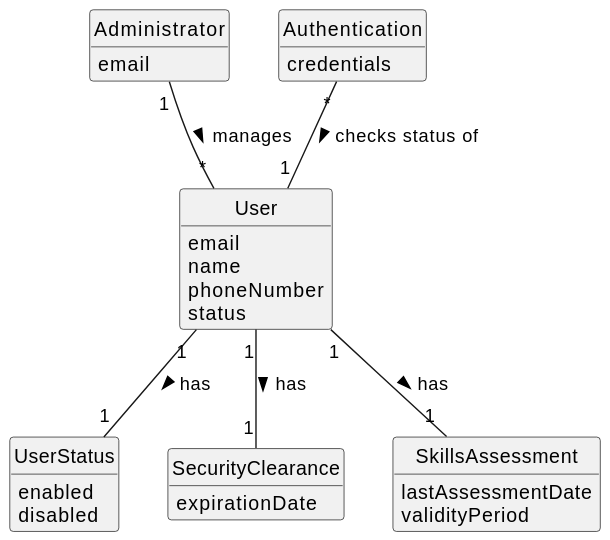
Before: docs/user-stories/02-identity-and-backoffice/US032/02.analysis/svg/US032-DM.svg, a diagram exported from PlantUML (1240537-brunorodrigues/sem4pi-2526-individual-1240537).
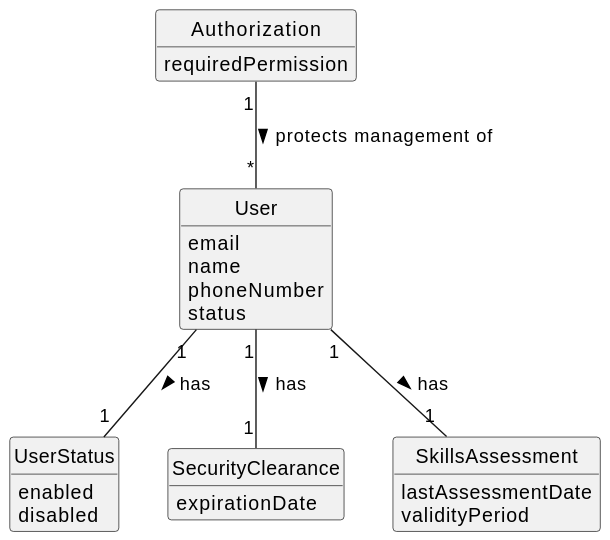
After the commit.

Change to the diagram source:
```diff
@@ -7,10 +7,6 @@
 skinparam packageStyle rectangle
 skinparam shadowing false
 skinparam classAttributeIconSize 0
-
-class Administrator {
-    email
-}
 
 class User {
     email
@@ -33,13 +29,12 @@
     validityPeriod
 }
 
-class Authentication {
-    credentials
+class Authorization {
+    requiredPermission
 }
 
-Administrator "1" -- "*" User : manages >
 User "1" -- "1" UserStatus : has >
 User "1" -- "1" SecurityClearance : has >
 User "1" -- "1" SkillsAssessment : has >
-Authentication "*" -- "1" User : checks status of >
+Authorization "1" -- "*" User : protects management of >
 @enduml
```
